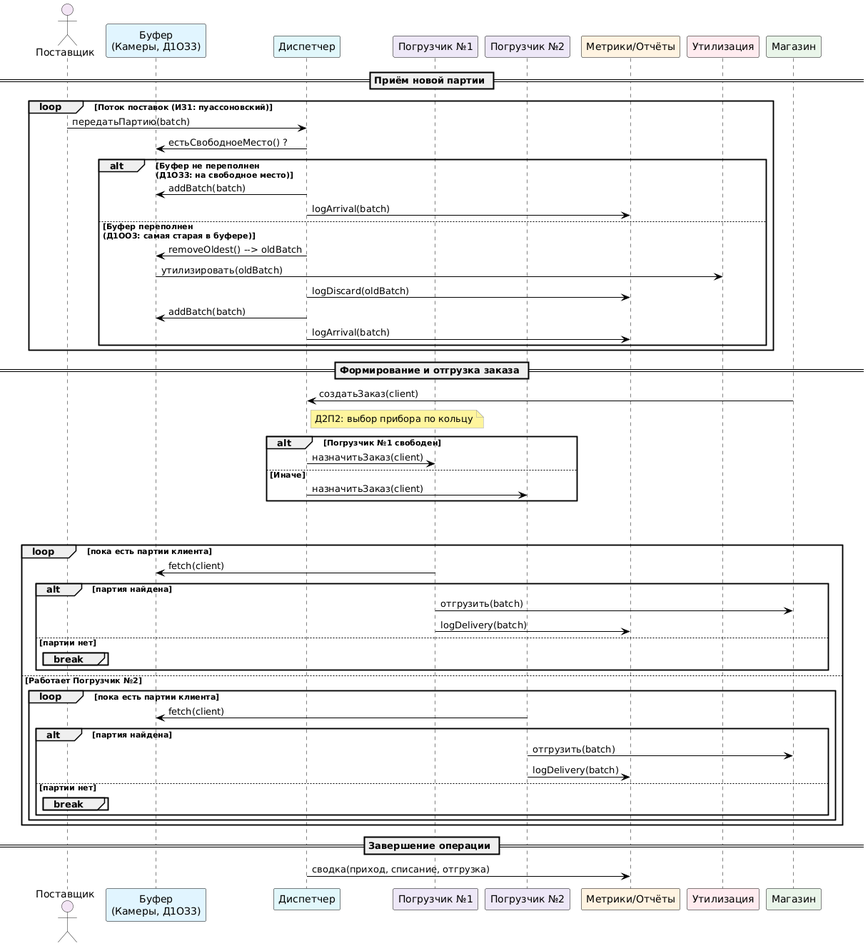
Above: imgs/sequence.png in imKamikoto/FoodWarehouse_project_APS (PlantUML), before the change.
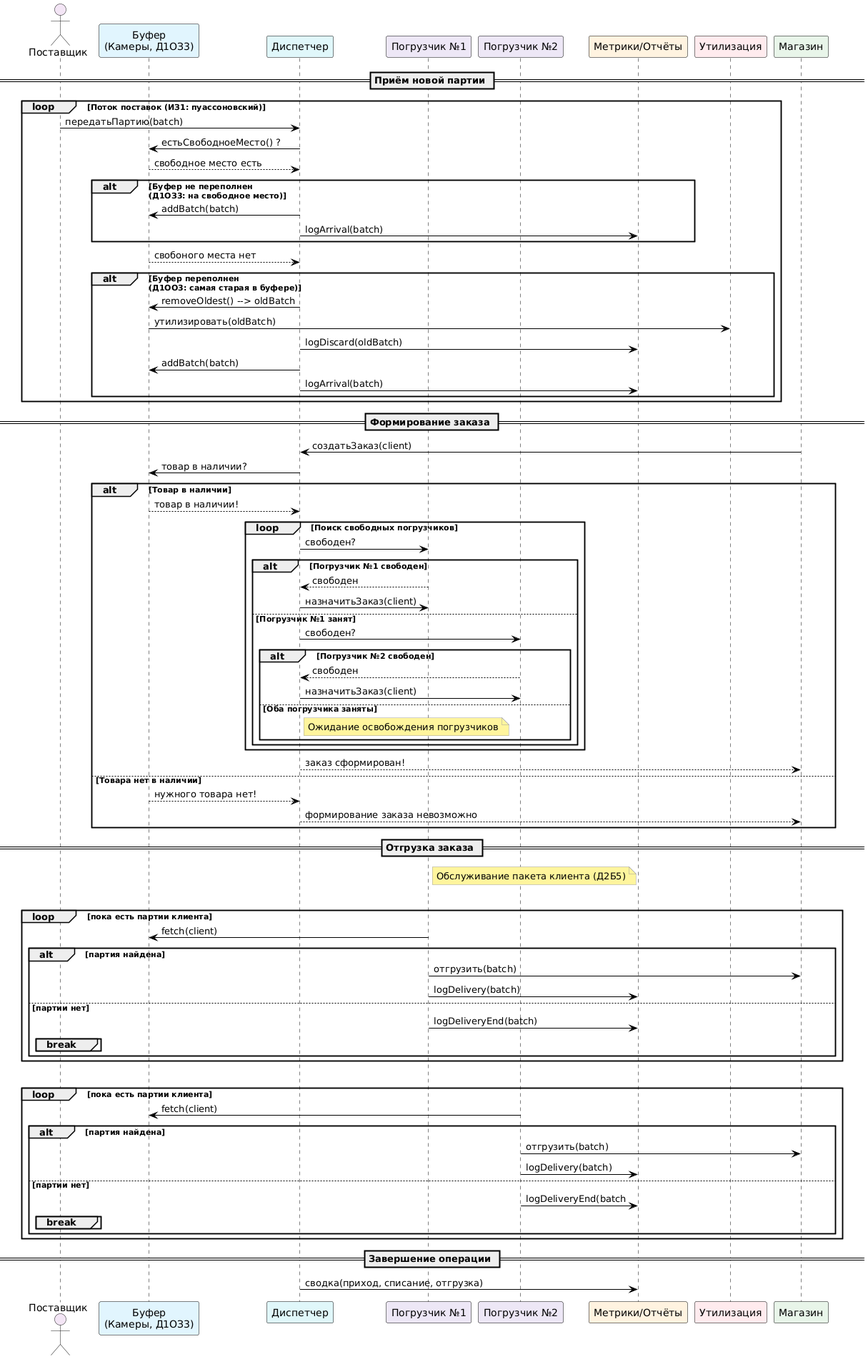
After the change.

Commit message:
imgs(sequence.png): changes after review 1

Diff of the diagram source:
```diff
@@ -23,10 +23,13 @@
 loop Поток поставок (ИЗ1: пуассоновский)
   Supplier -> Disp : передатьПартию(batch)
   Disp -> Buffer : естьСвободноеМесто() ?
+  Buffer --> Disp : свободное место есть
   alt Буфер не переполнен \n(Д1ОЗ3: на свободное место)
     Disp -> Buffer : addBatch(batch)
     Disp -> Metrics : logArrival(batch)
-  else Буфер переполнен \n(Д1ОО3: самая старая в буфере)
+  end
+  Buffer --> Disp : свобоного места нет
+  alt Буфер переполнен \n(Д1ОО3: самая старая в буфере)
     Disp -> Buffer : removeOldest() --> oldBatch
     Buffer -> Waste : утилизировать(oldBatch)
     Disp -> Metrics : logDiscard(oldBatch)
@@ -35,39 +38,60 @@
   end
 end
 
-== Формирование и отгрузка заказа ==
+
+== Формирование заказа ==
 Store -> Disp : создатьЗаказ(client)
-
-note right of Disp
-Д2П2: выбор прибора по кольцу
-end note
-
-alt Погрузчик №1 свободен
-  Disp -> L1 : назначитьЗаказ(client)
-else Иначе
-  Disp -> L2 : назначитьЗаказ(client)
+Disp -> Buffer : товар в наличии?
+alt Товар в наличии
+  Buffer --> Disp : товар в наличии!
+  loop Поиск свободных погрузчиков
+    Disp -> L1 : свободен?
+    alt Погрузчик №1 свободен
+      L1 --> Disp : свободен
+      Disp -> L1 : назначитьЗаказ(client)
+    else Погрузчик №1 занят
+      Disp -> L2 : свободен?
+      alt Погрузчик №2 свободен
+        L2 --> Disp : свободен
+        Disp -> L2 : назначитьЗаказ(client)
+      else Оба погрузчика заняты
+        note right of Disp
+        Ожидание освобождения погрузчиков
+        end note
+      end
+    end
+  end
+  Disp --> Store : заказ сформирован!
+else Товара нет в наличии
+  Buffer --> Disp : нужного товара нет!
+  Disp --> Store : формирование заказа невозможно
 end
 
-group Обслуживание пакета клиента (Д2Б5)
-  alt Работает Погрузчик №1
-    loop пока есть партии клиента
-      L1 -> Buffer : fetch(client)
-      alt партия найдена
-        L1 -> Store : отгрузить(batch)
-        L1 -> Metrics : logDelivery(batch)
-      else партии нет
-        break
-      end
+== Отгрузка заказа ==
+note right of L1
+Обслуживание пакета клиента (Д2Б5)
+end note
+alt Работает Погрузчик №1
+  loop пока есть партии клиента
+    L1 -> Buffer : fetch(client)
+    alt партия найдена
+      L1 -> Store : отгрузить(batch)
+      L1 -> Metrics : logDelivery(batch)
+    else партии нет
+      L1 -> Metrics : logDeliveryEnd(batch)
+      break
     end
-  else Работает Погрузчик №2
-    loop пока есть партии клиента
-      L2 -> Buffer : fetch(client)
-      alt партия найдена
-        L2 -> Store : отгрузить(batch)
-        L2 -> Metrics : logDelivery(batch)
-      else партии нет
-        break
-      end
+  end
+end
+alt Работает Погрузчик №2
+  loop пока есть партии клиента
+    L2 -> Buffer : fetch(client)
+    alt партия найдена
+      L2 -> Store : отгрузить(batch)
+      L2 -> Metrics : logDelivery(batch)
+    else партии нет
+      L2 -> Metrics : logDeliveryEnd(batch
+      break
     end
   end
 end
```
